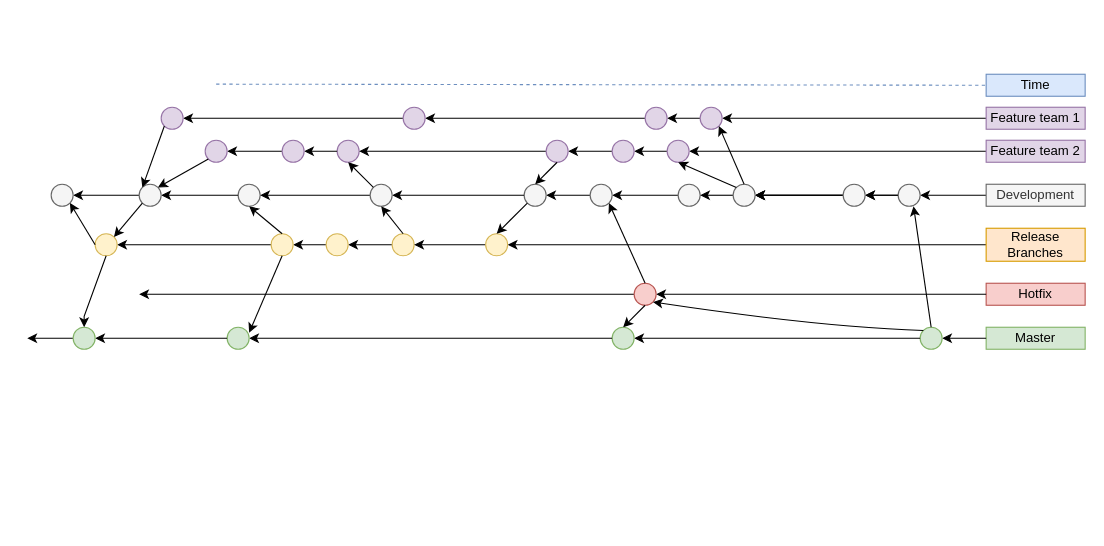
This is Untitled Diagram.drawio from SaiTejdev/IOT_Streamlit, a draw.io file, before an edit. Source tidied: cells renumbered, new cells numbered last; positions are measured from the earlier drawing's top-left corner, leaving out a move shared by most shapes. Both pictures are drawn from the tidied source at 110%, with x=0, y=0 at pixel (26, 74).
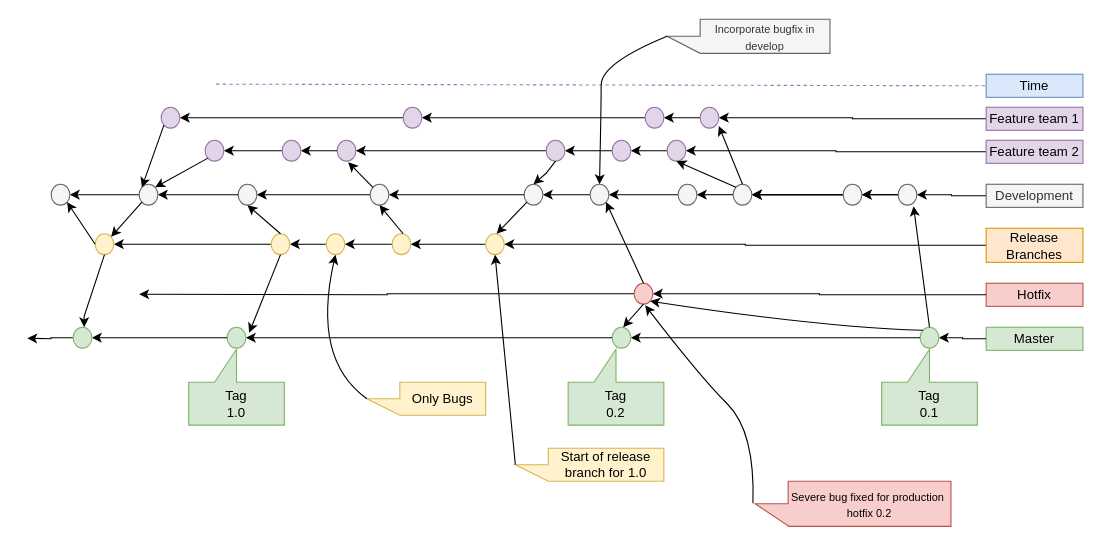
The same page after the edit.

Diff of the diagram source:
```diff
@@
     <mxCell id="3" value="Master" style="text;html=1;strokeColor=#82b366;fillColor=#d5e8d4;align=center;verticalAlign=middle;whiteSpace=wrap;rounded=0;" parent="1" vertex="1">
-      <mxGeometry x="872" y="230" width="90" height="20" as="geometry" />
+      <mxGeometry x="872" y="230" width="88" height="21" as="geometry" />
     </mxCell>
@@
     <mxCell id="5" value="Hotfix" style="text;html=1;strokeColor=#b85450;fillColor=#f8cecc;align=center;verticalAlign=middle;whiteSpace=wrap;rounded=0;" parent="1" vertex="1">
-      <mxGeometry x="872" y="190" width="90" height="20" as="geometry" />
+      <mxGeometry x="872" y="190" width="88" height="21" as="geometry" />
     </mxCell>
@@
     <mxCell id="7" value="Release Branches" style="text;html=1;strokeColor=#d79b00;fillColor=#ffe6cc;align=center;verticalAlign=middle;whiteSpace=wrap;rounded=0;fontSize=12;" parent="1" vertex="1">
-      <mxGeometry x="872" y="140" width="90" height="30" as="geometry" />
+      <mxGeometry x="872" y="140" width="88" height="31" as="geometry" />
     </mxCell>
@@
     <mxCell id="9" value="Feature team 1" style="text;html=1;strokeColor=#9673a6;fillColor=#e1d5e7;align=center;verticalAlign=middle;whiteSpace=wrap;rounded=0;" parent="1" vertex="1">
-      <mxGeometry x="872" y="30" width="90" height="20" as="geometry" />
+      <mxGeometry x="872" y="30" width="88" height="21" as="geometry" />
     </mxCell>
@@
     <mxCell id="11" value="Feature team 2" style="text;html=1;strokeColor=#9673a6;fillColor=#e1d5e7;align=center;verticalAlign=middle;whiteSpace=wrap;rounded=0;" parent="1" vertex="1">
-      <mxGeometry x="872" y="60" width="90" height="20" as="geometry" />
+      <mxGeometry x="872" y="60" width="88" height="21" as="geometry" />
     </mxCell>
@@
     <mxCell id="13" value="Development" style="text;html=1;strokeColor=#666666;fillColor=#f5f5f5;align=center;verticalAlign=middle;whiteSpace=wrap;rounded=0;fontColor=#333333;" parent="1" vertex="1">
-      <mxGeometry x="872" y="100" width="90" height="20" as="geometry" />
+      <mxGeometry x="872" y="100" width="88" height="21" as="geometry" />
     </mxCell>
     <mxCell id="14" value="Time" style="text;html=1;strokeColor=#6c8ebf;fillColor=#dae8fc;align=center;verticalAlign=middle;whiteSpace=wrap;rounded=0;" parent="1" vertex="1">
-      <mxGeometry x="872" width="90" height="20" as="geometry" />
+      <mxGeometry x="872" width="88" height="21" as="geometry" />
     </mxCell>
@@
     <mxCell id="17" style="ellipse;whiteSpace=wrap;html=1;fontSize=12;fillColor=#e1d5e7;strokeColor=#9673a6;" parent="1" vertex="1">
-      <mxGeometry x="612" y="30" width="20" height="20" as="geometry" />
+      <mxGeometry x="612" y="30" width="17" height="19" as="geometry" />
     </mxCell>
@@
     <mxCell id="19" style="ellipse;whiteSpace=wrap;html=1;fontSize=12;fillColor=#e1d5e7;strokeColor=#9673a6;" parent="1" vertex="1">
-      <mxGeometry x="562" y="30" width="20" height="20" as="geometry" />
+      <mxGeometry x="562" y="30" width="17" height="19" as="geometry" />
     </mxCell>
@@
     <mxCell id="21" style="ellipse;whiteSpace=wrap;html=1;fontSize=12;fillColor=#e1d5e7;strokeColor=#9673a6;" parent="1" vertex="1">
-      <mxGeometry x="342" y="30" width="20" height="20" as="geometry" />
+      <mxGeometry x="342" y="30" width="17" height="19" as="geometry" />
     </mxCell>
     <mxCell id="22" style="ellipse;whiteSpace=wrap;html=1;fontSize=12;fillColor=#e1d5e7;strokeColor=#9673a6;" parent="1" vertex="1">
-      <mxGeometry x="122" y="30" width="20" height="20" as="geometry" />
+      <mxGeometry x="122" y="30" width="17" height="19" as="geometry" />
     </mxCell>
@@
     <mxCell id="24" style="ellipse;whiteSpace=wrap;html=1;fontSize=12;fillColor=#e1d5e7;strokeColor=#9673a6;" parent="1" vertex="1">
-      <mxGeometry x="582" y="60" width="20" height="20" as="geometry" />
+      <mxGeometry x="582" y="60" width="17" height="19" as="geometry" />
     </mxCell>
@@
     <mxCell id="26" style="ellipse;whiteSpace=wrap;html=1;fontSize=12;fillColor=#e1d5e7;strokeColor=#9673a6;" parent="1" vertex="1">
-      <mxGeometry x="532" y="60" width="20" height="20" as="geometry" />
+      <mxGeometry x="532" y="60" width="17" height="19" as="geometry" />
     </mxCell>
@@
     <mxCell id="28" style="ellipse;whiteSpace=wrap;html=1;fontSize=12;fillColor=#e1d5e7;strokeColor=#9673a6;" parent="1" vertex="1">
-      <mxGeometry x="282" y="60" width="20" height="20" as="geometry" />
+      <mxGeometry x="282" y="60" width="17" height="19" as="geometry" />
     </mxCell>
     <mxCell id="29" style="ellipse;whiteSpace=wrap;html=1;fontSize=12;fillColor=#e1d5e7;strokeColor=#9673a6;" parent="1" vertex="1">
-      <mxGeometry x="162" y="60" width="20" height="20" as="geometry" />
+      <mxGeometry x="162" y="60" width="17" height="19" as="geometry" />
     </mxCell>
@@
     <mxCell id="31" style="ellipse;whiteSpace=wrap;html=1;fontSize=12;fillColor=#e1d5e7;strokeColor=#9673a6;" parent="1" vertex="1">
-      <mxGeometry x="472" y="60" width="20" height="20" as="geometry" />
+      <mxGeometry x="472" y="60" width="17" height="19" as="geometry" />
     </mxCell>
@@
     <mxCell id="33" style="ellipse;whiteSpace=wrap;html=1;fontSize=12;fillColor=#e1d5e7;strokeColor=#9673a6;" parent="1" vertex="1">
-      <mxGeometry x="232" y="60" width="20" height="20" as="geometry" />
+      <mxGeometry x="232" y="60" width="17" height="19" as="geometry" />
     </mxCell>
@@
     <mxCell id="35" style="ellipse;whiteSpace=wrap;html=1;fontSize=12;fillColor=#f5f5f5;strokeColor=#666666;fontColor=#333333;" parent="1" vertex="1">
-      <mxGeometry x="592" y="100" width="20" height="20" as="geometry" />
+      <mxGeometry x="592" y="100" width="17" height="19" as="geometry" />
     </mxCell>
@@
     <mxCell id="37" style="ellipse;whiteSpace=wrap;html=1;fontSize=12;fillColor=#f5f5f5;strokeColor=#666666;fontColor=#333333;" parent="1" vertex="1">
-      <mxGeometry x="512" y="100" width="20" height="20" as="geometry" />
+      <mxGeometry x="512" y="100" width="17" height="19" as="geometry" />
     </mxCell>
@@
     <mxCell id="39" style="ellipse;whiteSpace=wrap;html=1;fontSize=12;fillColor=#f5f5f5;strokeColor=#666666;fontColor=#333333;" parent="1" vertex="1">
-      <mxGeometry x="192" y="100" width="20" height="20" as="geometry" />
+      <mxGeometry x="192" y="100" width="17" height="19" as="geometry" />
     </mxCell>
     <mxCell id="40" style="ellipse;whiteSpace=wrap;html=1;fontSize=12;fillColor=#f5f5f5;strokeColor=#666666;fontColor=#333333;" parent="1" vertex="1">
-      <mxGeometry x="22" y="100" width="20" height="20" as="geometry" />
+      <mxGeometry x="22" y="100" width="17" height="19" as="geometry" />
     </mxCell>
@@
     <mxCell id="42" style="ellipse;whiteSpace=wrap;html=1;fontSize=12;fillColor=#f5f5f5;strokeColor=#666666;fontColor=#333333;" parent="1" vertex="1">
-      <mxGeometry x="452" y="100" width="20" height="20" as="geometry" />
+      <mxGeometry x="452" y="100" width="17" height="19" as="geometry" />
     </mxCell>
@@
     <mxCell id="44" style="ellipse;whiteSpace=wrap;html=1;fontSize=12;fillColor=#f5f5f5;strokeColor=#666666;fontColor=#333333;" parent="1" vertex="1">
-      <mxGeometry x="102" y="100" width="20" height="20" as="geometry" />
+      <mxGeometry x="102" y="100" width="17" height="19" as="geometry" />
     </mxCell>
@@
     <mxCell id="47" style="ellipse;whiteSpace=wrap;html=1;fontSize=12;fillColor=#f5f5f5;fontColor=#333333;strokeColor=#666666;" parent="1" vertex="1">
-      <mxGeometry x="792" y="100" width="20" height="20" as="geometry" />
+      <mxGeometry x="792" y="100" width="17" height="19" as="geometry" />
     </mxCell>
@@
     <mxCell id="51" style="ellipse;whiteSpace=wrap;html=1;fontSize=12;fillColor=#f5f5f5;strokeColor=#666666;fontColor=#333333;" parent="1" vertex="1">
-      <mxGeometry x="312" y="100" width="20" height="20" as="geometry" />
+      <mxGeometry x="312" y="100" width="17" height="19" as="geometry" />
     </mxCell>
@@
     <mxCell id="53" style="ellipse;whiteSpace=wrap;html=1;fontSize=12;fillColor=#f5f5f5;strokeColor=#666666;fontColor=#333333;" parent="1" vertex="1">
-      <mxGeometry x="642" y="100" width="20" height="20" as="geometry" />
+      <mxGeometry x="642" y="100" width="17" height="19" as="geometry" />
     </mxCell>
@@
     <mxCell id="55" style="ellipse;whiteSpace=wrap;html=1;fontSize=12;fillColor=#f5f5f5;strokeColor=#666666;fontColor=#333333;" parent="1" vertex="1">
-      <mxGeometry x="742" y="100" width="20" height="20" as="geometry" />
+      <mxGeometry x="742" y="100" width="17" height="19" as="geometry" />
     </mxCell>
@@
     <mxCell id="57" style="ellipse;whiteSpace=wrap;html=1;fontSize=12;fillColor=#fff2cc;strokeColor=#d6b656;" parent="1" vertex="1">
-      <mxGeometry x="332" y="145" width="20" height="20" as="geometry" />
+      <mxGeometry x="332" y="145" width="17" height="19" as="geometry" />
     </mxCell>
@@
     <mxCell id="59" style="ellipse;whiteSpace=wrap;html=1;fontSize=12;fillColor=#fff2cc;strokeColor=#d6b656;" parent="1" vertex="1">
-      <mxGeometry x="417" y="145" width="20" height="20" as="geometry" />
+      <mxGeometry x="417" y="145" width="17" height="19" as="geometry" />
     </mxCell>
@@
     <mxCell id="61" style="ellipse;whiteSpace=wrap;html=1;fontSize=12;fillColor=#fff2cc;strokeColor=#d6b656;" parent="1" vertex="1">
-      <mxGeometry x="272" y="145" width="20" height="20" as="geometry" />
+      <mxGeometry x="272" y="145" width="17" height="19" as="geometry" />
     </mxCell>
@@
     <mxCell id="63" style="ellipse;whiteSpace=wrap;html=1;fontSize=12;fillColor=#fff2cc;strokeColor=#d6b656;" parent="1" vertex="1">
-      <mxGeometry x="222" y="145" width="20" height="20" as="geometry" />
+      <mxGeometry x="222" y="145" width="17" height="19" as="geometry" />
     </mxCell>
     <mxCell id="64" style="ellipse;whiteSpace=wrap;html=1;fontSize=12;fillColor=#fff2cc;strokeColor=#d6b656;" parent="1" vertex="1">
-      <mxGeometry x="62" y="145" width="20" height="20" as="geometry" />
+      <mxGeometry x="62" y="145" width="17" height="19" as="geometry" />
     </mxCell>
@@
     <mxCell id="66" style="ellipse;whiteSpace=wrap;html=1;fontSize=12;fillColor=#f8cecc;strokeColor=#b85450;" parent="1" vertex="1">
-      <mxGeometry x="552" y="190" width="20" height="20" as="geometry" />
+      <mxGeometry x="552" y="190" width="17" height="19" as="geometry" />
     </mxCell>
@@
     <mxCell id="68" style="ellipse;whiteSpace=wrap;html=1;fontSize=12;fillColor=#d5e8d4;strokeColor=#82b366;" parent="1" vertex="1">
-      <mxGeometry x="812" y="230" width="20" height="20" as="geometry" />
+      <mxGeometry x="812" y="230" width="17" height="19" as="geometry" />
     </mxCell>
@@
     <mxCell id="70" style="ellipse;whiteSpace=wrap;html=1;fontSize=12;fillColor=#d5e8d4;strokeColor=#82b366;" parent="1" vertex="1">
-      <mxGeometry x="532" y="230" width="20" height="20" as="geometry" />
+      <mxGeometry x="532" y="230" width="17" height="19" as="geometry" />
     </mxCell>
@@
     <mxCell id="72" style="ellipse;whiteSpace=wrap;html=1;fontSize=12;fillColor=#d5e8d4;strokeColor=#82b366;" parent="1" vertex="1">
-      <mxGeometry x="182" y="230" width="20" height="20" as="geometry" />
+      <mxGeometry x="182" y="230" width="17" height="19" as="geometry" />
     </mxCell>
@@
     <mxCell id="74" style="ellipse;whiteSpace=wrap;html=1;fontSize=12;fillColor=#d5e8d4;strokeColor=#82b366;" parent="1" vertex="1">
-      <mxGeometry x="42" y="230" width="20" height="20" as="geometry" />
+      <mxGeometry x="42" y="230" width="17" height="19" as="geometry" />
     </mxCell>
@@
+    <mxCell id="92" value="Tag&lt;br&gt;0.1" style="shape=callout;whiteSpace=wrap;html=1;perimeter=calloutPerimeter;direction=west;fillColor=#d5e8d4;strokeColor=#82b366;" parent="1" vertex="1">
+      <mxGeometry x="777" y="250" width="87" height="69" as="geometry" />
+    </mxCell>
+    <mxCell id="93" value="Tag&lt;br&gt;0.2" style="shape=callout;whiteSpace=wrap;html=1;perimeter=calloutPerimeter;direction=west;fillColor=#d5e8d4;strokeColor=#82b366;" parent="1" vertex="1">
+      <mxGeometry x="492" y="250" width="87" height="69" as="geometry" />
+    </mxCell>
+    <mxCell id="94" value="Tag&lt;br&gt;1.0" style="shape=callout;whiteSpace=wrap;html=1;perimeter=calloutPerimeter;direction=west;fillColor=#d5e8d4;strokeColor=#82b366;" parent="1" vertex="1">
+      <mxGeometry x="147" y="250" width="87" height="69" as="geometry" />
+    </mxCell>
+    <mxCell id="95" value="&lt;font style=&quot;font-size: 10px;&quot;&gt;Severe bug fixed for production&amp;nbsp;&lt;br&gt;hotfix 0.2&lt;/font&gt;" style="shape=callout;whiteSpace=wrap;html=1;perimeter=calloutPerimeter;direction=south;fillColor=#f8cecc;strokeColor=#b85450;" parent="1" vertex="1">
+      <mxGeometry x="662" y="370" width="178" height="41" as="geometry" />
+    </mxCell>
+    <mxCell id="96" style="curved=1;endArrow=classic;html=1;rounded=0;exitX=0;exitY=0;exitDx=20;exitDy=180;exitPerimeter=0;" parent="1" edge="1" source="95">
+      <mxGeometry relative="1" as="geometry">
+        <mxPoint x="562" y="210" as="targetPoint" />
+        <Array as="points">
+          <mxPoint x="662" y="325" />
+          <mxPoint x="612" y="275" />
+        </Array>
+      </mxGeometry>
+    </mxCell>
+    <mxCell id="97" value="Only Bugs" style="shape=callout;whiteSpace=wrap;html=1;perimeter=calloutPerimeter;direction=south;fillColor=#fff2cc;strokeColor=#d6b656;" parent="1" vertex="1">
+      <mxGeometry x="309" y="280" width="108" height="30" as="geometry" />
+    </mxCell>
+    <mxCell id="98" style="curved=1;endArrow=classic;html=1;rounded=0;entryX=0.5;entryY=1;entryDx=0;entryDy=0;exitX=0;exitY=0;exitDx=15;exitDy=108;exitPerimeter=0;" parent="1" edge="1" source="97" target="61">
+      <mxGeometry relative="1" as="geometry">
+        <Array as="points">
+          <mxPoint x="259" y="259.5" />
+        </Array>
+      </mxGeometry>
+    </mxCell>
+    <mxCell id="99" value="Start of release branch for 1.0" style="shape=callout;whiteSpace=wrap;html=1;perimeter=calloutPerimeter;direction=south;fillColor=#fff2cc;strokeColor=#d6b656;" parent="1" vertex="1">
+      <mxGeometry x="444" y="340" width="135" height="30" as="geometry" />
+    </mxCell>
+    <mxCell id="100" style="curved=1;endArrow=classic;html=1;rounded=0;entryX=0.5;entryY=1;entryDx=0;entryDy=0;exitX=0;exitY=0;exitDx=15;exitDy=135;exitPerimeter=0;" parent="1" edge="1" source="99" target="59">
+      <mxGeometry relative="1" as="geometry" />
+    </mxCell>
+    <mxCell id="101" value="&lt;font style=&quot;font-size: 10px;&quot;&gt;Incorporate bugfix in develop&lt;br&gt;&lt;/font&gt;" style="shape=callout;whiteSpace=wrap;html=1;perimeter=calloutPerimeter;direction=south;fillColor=#f5f5f5;strokeColor=#666666;fontColor=#333333;" parent="1" vertex="1">
+      <mxGeometry x="582" y="-50" width="148" height="31" as="geometry" />
+    </mxCell>
+    <mxCell id="102" style="curved=1;endArrow=classic;html=1;rounded=0;exitX=0;exitY=0;exitDx=15.5;exitDy=148;exitPerimeter=0;entryX=0.5;entryY=0;entryDx=0;entryDy=0;" parent="1" edge="1" source="101" target="37">
+      <mxGeometry relative="1" as="geometry">
+        <Array as="points">
+          <mxPoint x="522" y="-10" />
+          <mxPoint x="522" y="30" />
+        </Array>
+      </mxGeometry>
+    </mxCell>
```
